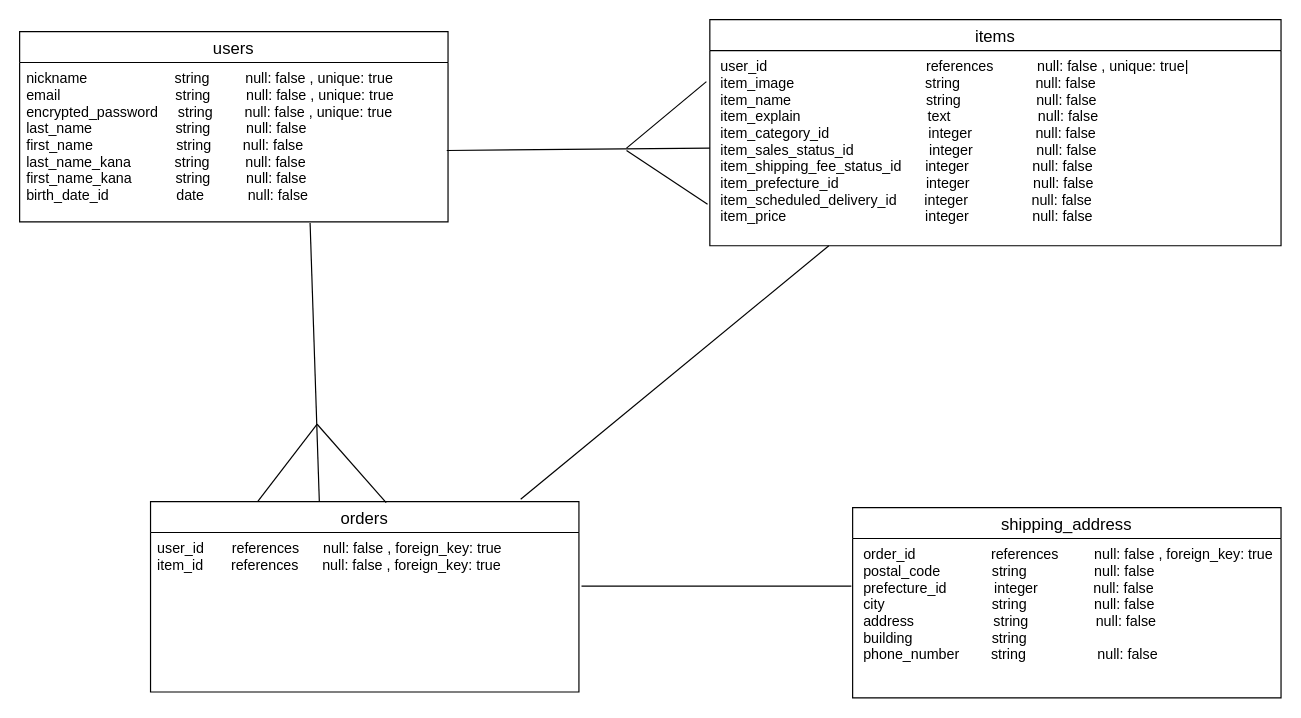
sakitakayanagi/furima-37855 keeps this draw.io diagram as furima.dio. Above is the earlier version. Source tidied: cells renumbered, new cells numbered last; positions are measured from the earlier drawing's top-left corner, leaving out a move shared by most shapes. Both pictures are drawn from the tidied source at 119%, with x=0, y=0 at pixel (19, 19).
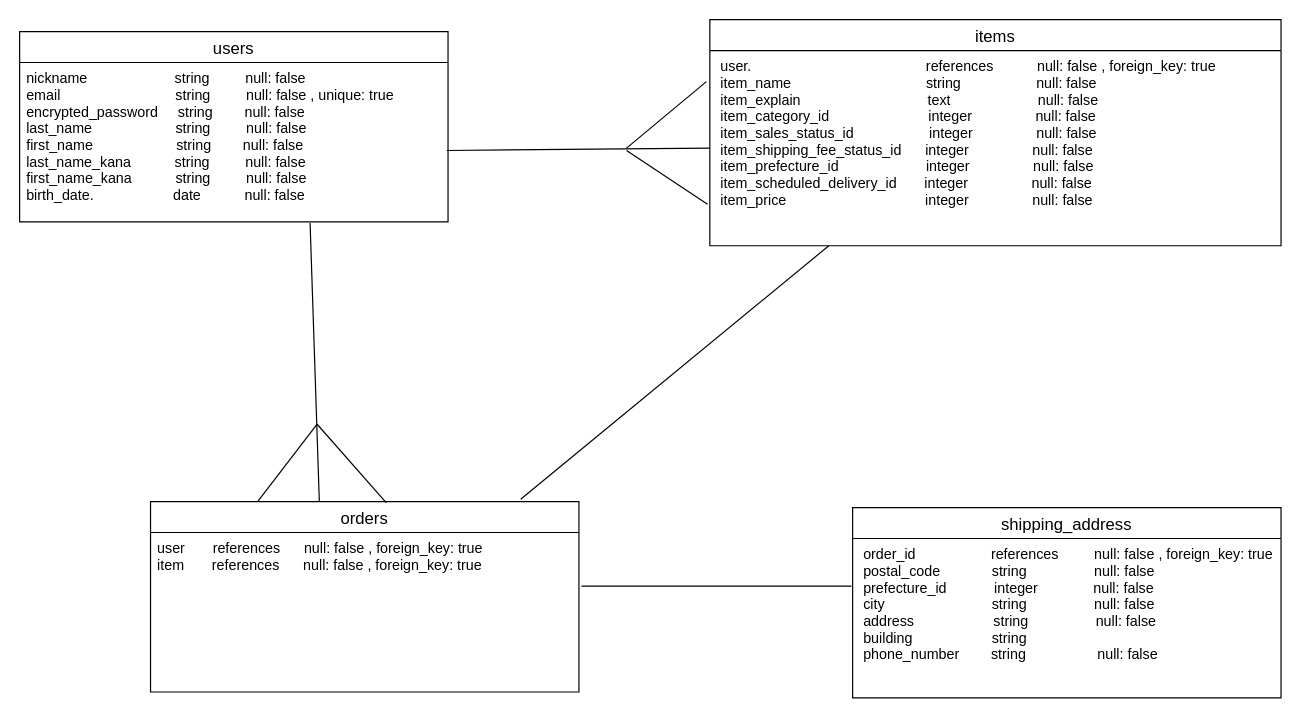
After the change.

Unchanged cells that the change refers to:
```xml
<mxCell id="2" value="users" style="swimlane;fontStyle=0;horizontal=1;startSize=26;align=center;fontSize=14;" parent="1" vertex="1">
  <mxGeometry y="10" width="360" height="160" as="geometry" />
</mxCell>
<mxCell id="4" value="items" style="swimlane;fontStyle=0;horizontal=1;startSize=26;align=center;fontSize=14;" parent="1" vertex="1">
  <mxGeometry x="580" width="480" height="190" as="geometry" />
</mxCell>
<mxCell id="6" value="orders" style="swimlane;fontStyle=0;horizontal=1;startSize=26;align=center;fontSize=14;" parent="1" vertex="1">
  <mxGeometry x="110" y="405" width="360" height="160" as="geometry" />
</mxCell>
```

Change to the diagram source:
```diff
@@
-    <mxCell id="3" value="nickname                      string         null: false , unique: true &#10;email                             string         null: false , unique: true &#10;encrypted_password     string        null: false , unique: true &#10;last_name                     string         null: false &#10;first_name                     string        null: false &#10;last_name_kana           string         null: false &#10;first_name_kana           string         null: false &#10;birth_date_id                 date           null: false  " style="text;strokeColor=none;fillColor=none;spacingLeft=4;spacingRight=4;overflow=hidden;points=[[0,0.5],[1,0.5]];portConstraint=eastwest;fontSize=12;" parent="2" vertex="1">
+    <mxCell id="3" value="nickname                      string         null: false  &#10;email                             string         null: false , unique: true &#10;encrypted_password     string        null: false  &#10;last_name                     string         null: false &#10;first_name                     string        null: false &#10;last_name_kana           string         null: false &#10;first_name_kana           string         null: false &#10;birth_date.                    date           null: false  " style="text;strokeColor=none;fillColor=none;spacingLeft=4;spacingRight=4;overflow=hidden;points=[[0,0.5],[1,0.5]];portConstraint=eastwest;fontSize=12;" parent="2" vertex="1">
       <mxGeometry y="26" width="360" height="134" as="geometry" />
     </mxCell>
@@
-    <mxCell id="5" value=" user_id                                        references           null: false , unique: true|&#10; item_image                                 string                   null: false &#10; item_name                                  string                   null: false &#10; item_explain                                text                      null: false &#10; item_category_id                         integer                null: false &#10; item_sales_status_id                   integer                null: false &#10; item_shipping_fee_status_id      integer                null: false &#10; item_prefecture_id                      integer                null: false &#10; item_scheduled_delivery_id       integer                null: false &#10; item_price                                   integer                null: false               " style="text;strokeColor=none;fillColor=none;spacingLeft=4;spacingRight=4;overflow=hidden;points=[[0,0.5],[1,0.5]];portConstraint=eastwest;fontSize=12;" parent="4" vertex="1">
+    <mxCell id="5" value=" user.                                            references           null: false , foreign_key: true&#10; item_name                                  string                   null: false &#10; item_explain                                text                      null: false &#10; item_category_id                         integer                null: false &#10; item_sales_status_id                   integer                null: false &#10; item_shipping_fee_status_id      integer                null: false &#10; item_prefecture_id                      integer                null: false &#10; item_scheduled_delivery_id       integer                null: false &#10; item_price                                   integer                null: false               " style="text;strokeColor=none;fillColor=none;spacingLeft=4;spacingRight=4;overflow=hidden;points=[[0,0.5],[1,0.5]];portConstraint=eastwest;fontSize=12;" parent="4" vertex="1">
       <mxGeometry y="26" width="480" height="164" as="geometry" />
     </mxCell>
@@
-    <mxCell id="7" value="user_id       references      null: false , foreign_key: true &#10;item_id       references      null: false , foreign_key: true" style="text;strokeColor=none;fillColor=none;spacingLeft=4;spacingRight=4;overflow=hidden;points=[[0,0.5],[1,0.5]];portConstraint=eastwest;fontSize=12;" parent="6" vertex="1">
+    <mxCell id="7" value="user       references      null: false , foreign_key: true &#10;item       references      null: false , foreign_key: true" style="text;strokeColor=none;fillColor=none;spacingLeft=4;spacingRight=4;overflow=hidden;points=[[0,0.5],[1,0.5]];portConstraint=eastwest;fontSize=12;" parent="6" vertex="1">
       <mxGeometry y="26" width="360" height="134" as="geometry" />
     </mxCell>
```
